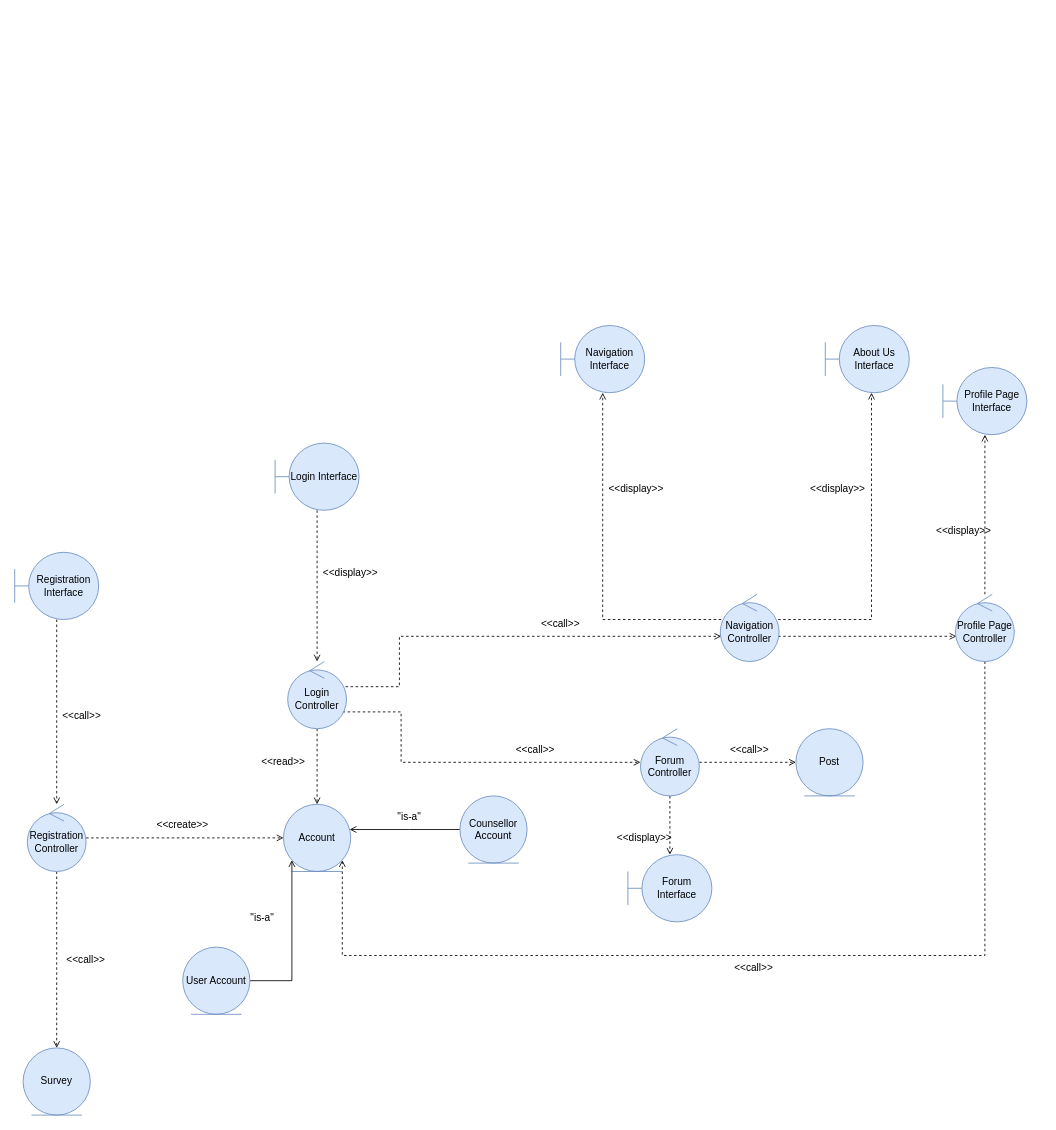
Before: page "Page-3" (3 of 3) of Untitled Diagram.drawio in EliezerOng/CZ2006-Web-Devz, a draw.io diagram. Source tidied: cells renumbered, new cells numbered last; positions are measured from the earlier drawing's top-left corner, leaving out a move shared by most shapes. Both pictures are drawn from the tidied source at 84%, with x=0, y=0 at pixel (14, 325).
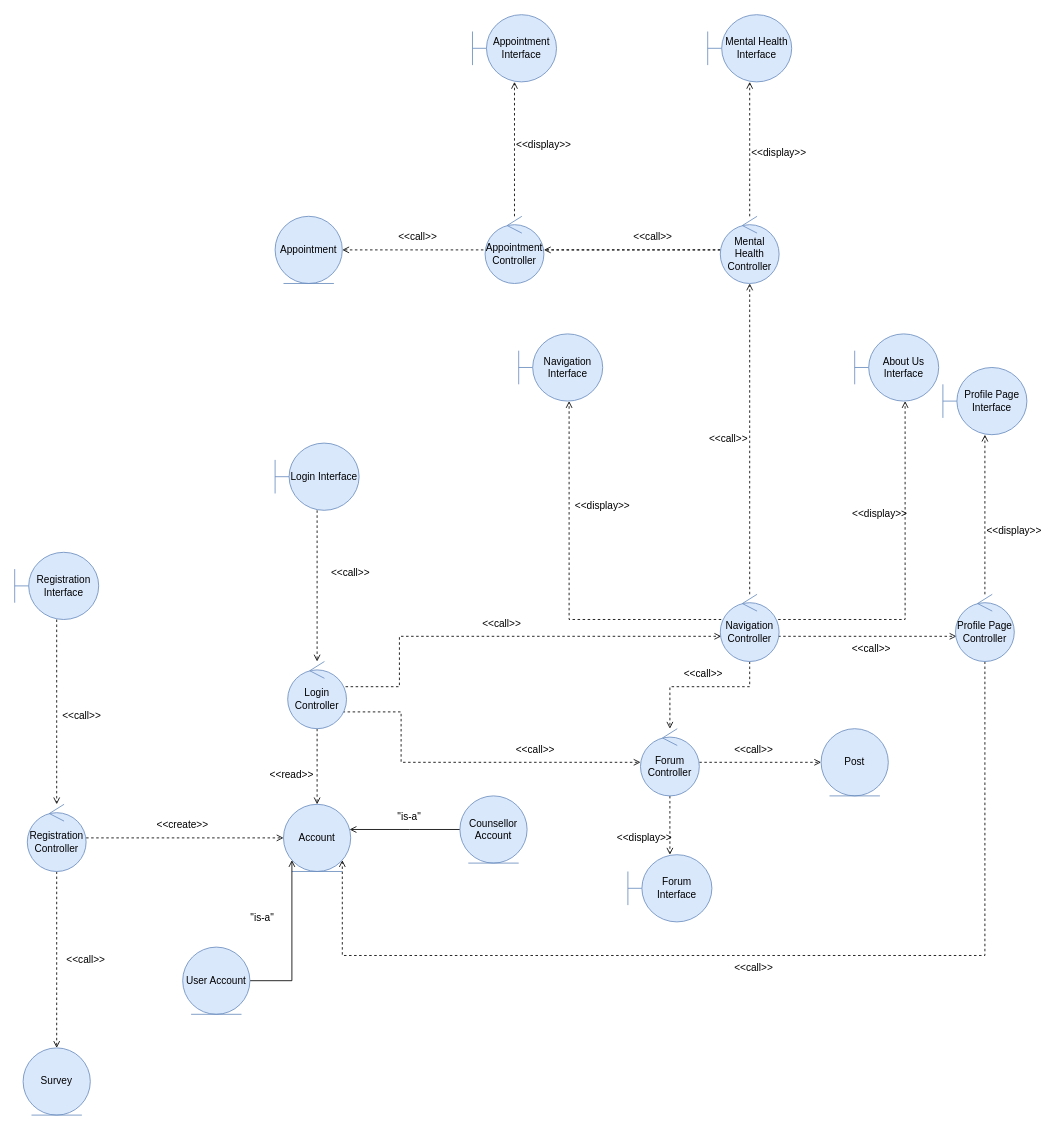
The same diagram, later.

Commit message:
manu win ez

Unchanged cells that the change refers to:
```xml
<mxCell id="23" value="Navigation Controller" style="ellipse;shape=umlControl;whiteSpace=wrap;html=1;fillColor=#dae8fc;strokeColor=#6c8ebf;" parent="1" vertex="1">
  <mxGeometry x="840" y="320" width="70" height="80" as="geometry" />
</mxCell>
<mxCell id="26" value="Forum Controller" style="ellipse;shape=umlControl;whiteSpace=wrap;html=1;fillColor=#dae8fc;strokeColor=#6c8ebf;" parent="1" vertex="1">
  <mxGeometry x="745" y="480" width="70" height="80" as="geometry" />
</mxCell>
```

The edit, as a diff of the source:
```diff
@@
     <mxCell id="19" value="Navigation Interface" style="shape=umlBoundary;whiteSpace=wrap;html=1;fillColor=#dae8fc;strokeColor=#6c8ebf;" parent="1" vertex="1">
-      <mxGeometry x="650" width="100" height="80" as="geometry" />
+      <mxGeometry x="600" y="10" width="100" height="80" as="geometry" />
     </mxCell>
@@
     <mxCell id="21" style="edgeStyle=orthogonalEdgeStyle;rounded=0;jettySize=auto;html=1;dashed=1;endArrow=open;endFill=0;" parent="1" edge="1" source="23" target="19">
       <mxGeometry relative="1" as="geometry">
         <Array as="points">
-          <mxPoint x="700" y="350" />
+          <mxPoint x="660" y="350" />
         </Array>
       </mxGeometry>
     </mxCell>
     <mxCell id="22" style="edgeStyle=orthogonalEdgeStyle;rounded=0;jettySize=auto;html=1;dashed=1;endArrow=open;endFill=0;" parent="1" edge="1" source="23" target="46">
       <mxGeometry relative="1" as="geometry">
         <Array as="points">
-          <mxPoint x="1020" y="350" />
+          <mxPoint x="1060" y="350" />
         </Array>
       </mxGeometry>
     </mxCell>
+    <mxCell id="49" style="edgeStyle=orthogonalEdgeStyle;rounded=0;jettySize=auto;html=1;dashed=1;endArrow=open;endFill=0;" parent="1" edge="1" source="23" target="54">
+      <mxGeometry relative="1" as="geometry" />
+    </mxCell>
+    <mxCell id="50" style="edgeStyle=orthogonalEdgeStyle;rounded=0;jettySize=auto;html=1;dashed=1;endArrow=open;endFill=0;" parent="1" edge="1" source="23" target="26">
+      <mxGeometry relative="1" as="geometry">
+        <Array as="points">
+          <mxPoint x="875" y="430" />
+          <mxPoint x="780" y="430" />
+        </Array>
+      </mxGeometry>
+    </mxCell>
@@
     <mxCell id="29" value="&amp;lt;&amp;lt;call&amp;gt;&amp;gt;" style="text;html=1;strokeColor=none;fillColor=none;align=center;verticalAlign=middle;whiteSpace=wrap;rounded=0;" parent="1" vertex="1">
-      <mxGeometry x="620" y="340" width="60" height="30" as="geometry" />
+      <mxGeometry x="550" y="340" width="60" height="30" as="geometry" />
     </mxCell>
     <mxCell id="30" value="&amp;lt;&amp;lt;display&amp;gt;&amp;gt;" style="text;html=1;strokeColor=none;fillColor=none;align=center;verticalAlign=middle;whiteSpace=wrap;rounded=0;" parent="1" vertex="1">
-      <mxGeometry x="710" y="180" width="60" height="30" as="geometry" />
+      <mxGeometry x="670" y="200" width="60" height="30" as="geometry" />
     </mxCell>
-    <mxCell id="31" value="&amp;lt;&amp;lt;display&amp;gt;&amp;gt;" style="text;html=1;strokeColor=none;fillColor=none;align=center;verticalAlign=middle;whiteSpace=wrap;rounded=0;" parent="1" vertex="1">
+    <mxCell id="31" value="&amp;lt;&amp;lt;call&amp;gt;&amp;gt;" style="text;html=1;strokeColor=none;fillColor=none;align=center;verticalAlign=middle;whiteSpace=wrap;rounded=0;" parent="1" vertex="1">
       <mxGeometry x="370" y="280" width="60" height="30" as="geometry" />
     </mxCell>
@@
     <mxCell id="33" value="&amp;lt;&amp;lt;read&amp;gt;&amp;gt;" style="text;html=1;strokeColor=none;fillColor=none;align=center;verticalAlign=middle;whiteSpace=wrap;rounded=0;" parent="1" vertex="1">
-      <mxGeometry x="290" y="505" width="60" height="30" as="geometry" />
+      <mxGeometry x="300" y="520" width="60" height="30" as="geometry" />
     </mxCell>
     <mxCell id="34" value="Post" style="ellipse;shape=umlEntity;whiteSpace=wrap;html=1;fillColor=#dae8fc;strokeColor=#6c8ebf;" parent="1" vertex="1">
-      <mxGeometry x="930" y="480" width="80" height="80" as="geometry" />
+      <mxGeometry x="960" y="480" width="80" height="80" as="geometry" />
     </mxCell>
     <mxCell id="35" value="&amp;lt;&amp;lt;call&amp;gt;&amp;gt;" style="text;html=1;strokeColor=none;fillColor=none;align=center;verticalAlign=middle;whiteSpace=wrap;rounded=0;" parent="1" vertex="1">
-      <mxGeometry x="845" y="490" width="60" height="30" as="geometry" />
+      <mxGeometry x="850" y="490" width="60" height="30" as="geometry" />
     </mxCell>
@@
     <mxCell id="45" value="&amp;lt;&amp;lt;display&amp;gt;&amp;gt;" style="text;html=1;strokeColor=none;fillColor=none;align=center;verticalAlign=middle;whiteSpace=wrap;rounded=0;" parent="1" vertex="1">
-      <mxGeometry x="1100" y="230" width="60" height="30" as="geometry" />
+      <mxGeometry x="1160" y="230" width="60" height="30" as="geometry" />
     </mxCell>
     <mxCell id="46" value="About Us Interface" style="shape=umlBoundary;whiteSpace=wrap;html=1;fillColor=#dae8fc;strokeColor=#6c8ebf;" parent="1" vertex="1">
-      <mxGeometry x="965" width="100" height="80" as="geometry" />
+      <mxGeometry x="1000" y="10" width="100" height="80" as="geometry" />
     </mxCell>
     <mxCell id="47" value="&amp;lt;&amp;lt;display&amp;gt;&amp;gt;" style="text;html=1;strokeColor=none;fillColor=none;align=center;verticalAlign=middle;whiteSpace=wrap;rounded=0;" parent="1" vertex="1">
-      <mxGeometry x="950" y="180" width="60" height="30" as="geometry" />
+      <mxGeometry x="1000" y="210" width="60" height="30" as="geometry" />
     </mxCell>
@@
+    <mxCell id="51" style="edgeStyle=orthogonalEdgeStyle;rounded=0;jettySize=auto;html=1;dashed=1;endArrow=open;endFill=0;" parent="1" edge="1" source="54" target="56">
+      <mxGeometry relative="1" as="geometry" />
+    </mxCell>
+    <mxCell id="52" style="edgeStyle=orthogonalEdgeStyle;rounded=0;jettySize=auto;html=1;dashed=1;endArrow=open;endFill=0;" parent="1" edge="1" source="54" target="58">
+      <mxGeometry relative="1" as="geometry" />
+    </mxCell>
+    <mxCell id="53" style="edgeStyle=orthogonalEdgeStyle;rounded=0;jettySize=auto;html=1;dashed=1;endArrow=open;endFill=0;" parent="1" edge="1" source="54" target="60">
+      <mxGeometry relative="1" as="geometry" />
+    </mxCell>
+    <mxCell id="54" value="Mental Health Controller" style="ellipse;shape=umlControl;whiteSpace=wrap;html=1;fillColor=#dae8fc;strokeColor=#6c8ebf;" parent="1" vertex="1">
+      <mxGeometry x="840" y="-130" width="70" height="80" as="geometry" />
+    </mxCell>
+    <mxCell id="55" value="&amp;lt;&amp;lt;call&amp;gt;&amp;gt;" style="text;html=1;strokeColor=none;fillColor=none;align=center;verticalAlign=middle;whiteSpace=wrap;rounded=0;" parent="1" vertex="1">
+      <mxGeometry x="820" y="120" width="60" height="30" as="geometry" />
+    </mxCell>
+    <mxCell id="56" value="Mental Health Interface" style="shape=umlBoundary;whiteSpace=wrap;html=1;fillColor=#dae8fc;strokeColor=#6c8ebf;" parent="1" vertex="1">
+      <mxGeometry x="825" y="-370" width="100" height="80" as="geometry" />
+    </mxCell>
+    <mxCell id="57" value="&amp;lt;&amp;lt;display&amp;gt;&amp;gt;" style="text;html=1;strokeColor=none;fillColor=none;align=center;verticalAlign=middle;whiteSpace=wrap;rounded=0;" parent="1" vertex="1">
+      <mxGeometry x="880" y="-220" width="60" height="30" as="geometry" />
+    </mxCell>
+    <mxCell id="58" value="Appointment" style="ellipse;shape=umlEntity;whiteSpace=wrap;html=1;fillColor=#dae8fc;strokeColor=#6c8ebf;" parent="1" vertex="1">
+      <mxGeometry x="310" y="-130" width="80" height="80" as="geometry" />
+    </mxCell>
+    <mxCell id="59" style="edgeStyle=orthogonalEdgeStyle;rounded=0;jettySize=auto;html=1;dashed=1;endArrow=open;endFill=0;" parent="1" edge="1" source="60" target="63">
+      <mxGeometry relative="1" as="geometry" />
+    </mxCell>
+    <mxCell id="60" value="Appointment Controller" style="ellipse;shape=umlControl;whiteSpace=wrap;html=1;fillColor=#dae8fc;strokeColor=#6c8ebf;" parent="1" vertex="1">
+      <mxGeometry x="560" y="-130" width="70" height="80" as="geometry" />
+    </mxCell>
+    <mxCell id="61" value="&amp;lt;&amp;lt;call&amp;gt;&amp;gt;" style="text;html=1;strokeColor=none;fillColor=none;align=center;verticalAlign=middle;whiteSpace=wrap;rounded=0;" parent="1" vertex="1">
+      <mxGeometry x="730" y="-120" width="60" height="30" as="geometry" />
+    </mxCell>
+    <mxCell id="62" value="&amp;lt;&amp;lt;call&amp;gt;&amp;gt;" style="text;html=1;strokeColor=none;fillColor=none;align=center;verticalAlign=middle;whiteSpace=wrap;rounded=0;" parent="1" vertex="1">
+      <mxGeometry x="450" y="-120" width="60" height="30" as="geometry" />
+    </mxCell>
+    <mxCell id="63" value="Appointment Interface" style="shape=umlBoundary;whiteSpace=wrap;html=1;fillColor=#dae8fc;strokeColor=#6c8ebf;" parent="1" vertex="1">
+      <mxGeometry x="545" y="-370" width="100" height="80" as="geometry" />
+    </mxCell>
+    <mxCell id="64" value="&amp;lt;&amp;lt;display&amp;gt;&amp;gt;" style="text;html=1;strokeColor=none;fillColor=none;align=center;verticalAlign=middle;whiteSpace=wrap;rounded=0;" parent="1" vertex="1">
+      <mxGeometry x="600" y="-230" width="60" height="30" as="geometry" />
+    </mxCell>
+    <mxCell id="65" value="&amp;lt;&amp;lt;call&amp;gt;&amp;gt;" style="text;html=1;strokeColor=none;fillColor=none;align=center;verticalAlign=middle;whiteSpace=wrap;rounded=0;" parent="1" vertex="1">
+      <mxGeometry x="790" y="400" width="60" height="30" as="geometry" />
+    </mxCell>
+    <mxCell id="66" value="&amp;lt;&amp;lt;call&amp;gt;&amp;gt;" style="text;html=1;strokeColor=none;fillColor=none;align=center;verticalAlign=middle;whiteSpace=wrap;rounded=0;" parent="1" vertex="1">
+      <mxGeometry x="990" y="370" width="60" height="30" as="geometry" />
+    </mxCell>
```
